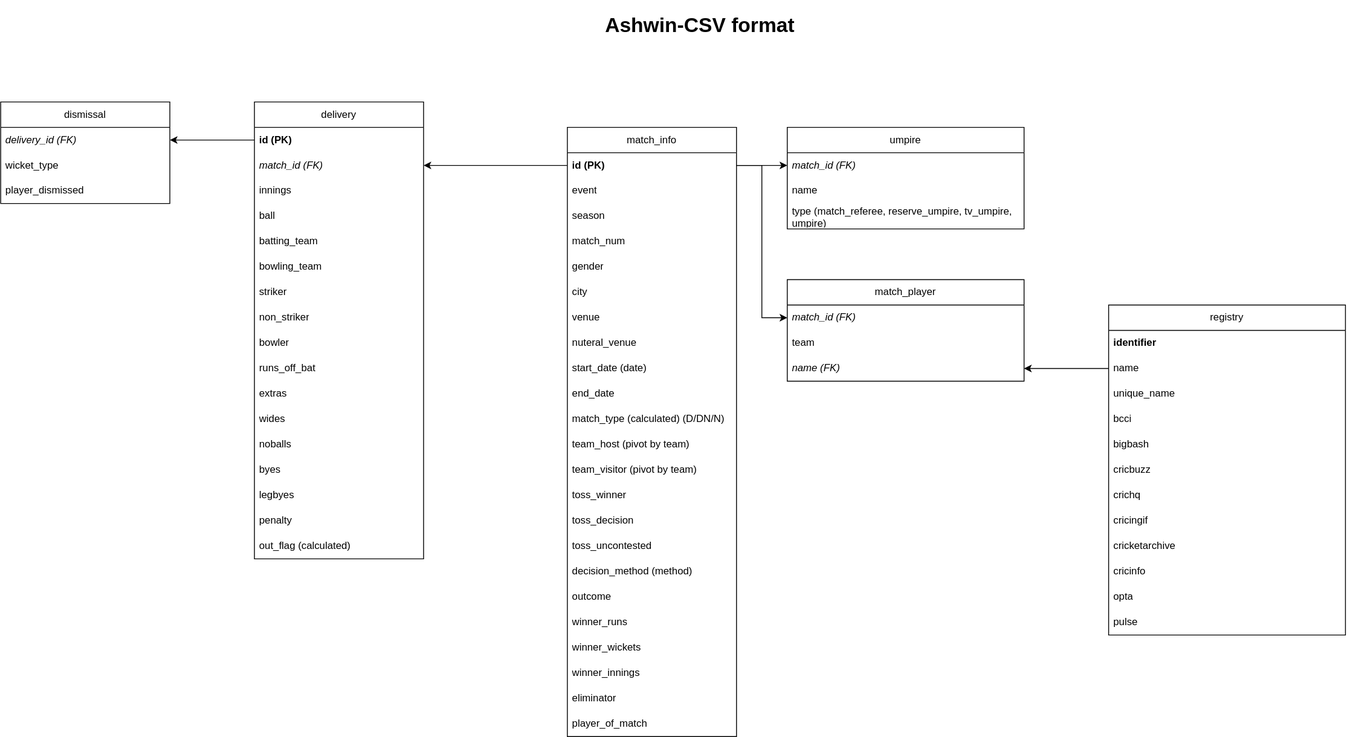
shyamdr/Dream11 keeps this draw.io diagram as project/design/Cricsheet_DataModel_csv.svg. Above is the earlier version. Source tidied: cells renumbered, new cells last; positions are measured from the earlier drawing's top-left corner, leaving out a move shared by most shapes.
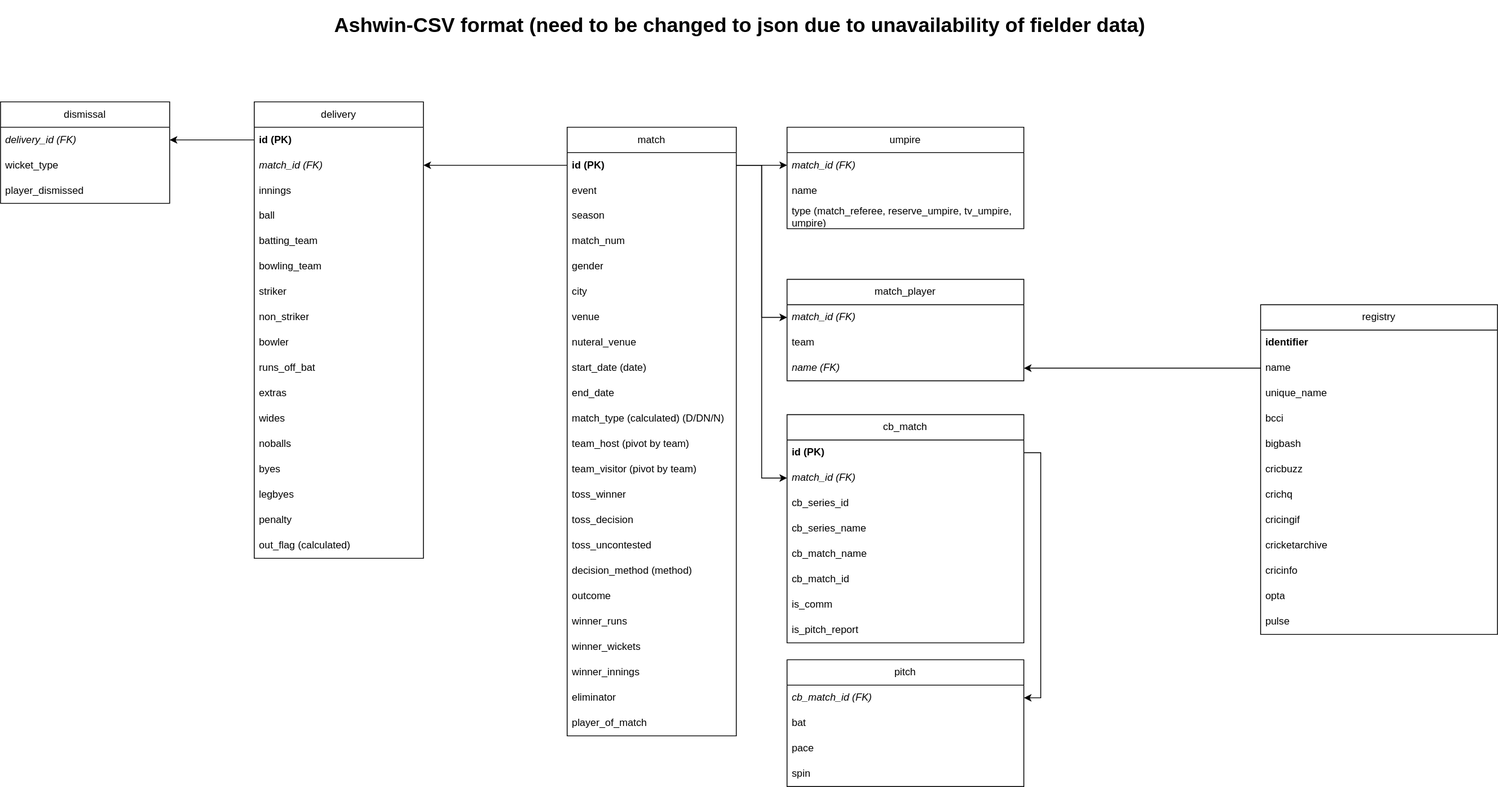
Later version of the same file.

Commit message:
Updating Data model, adding Pitch and cricbuzz match elements

Diff of the diagram source:
```diff
@@ -2,10 +2,10 @@
   <root>
     <mxCell id="0" />
     <mxCell id="1" parent="0" />
-    <mxCell id="2" value="&lt;h1&gt;Ashwin-CSV format&lt;/h1&gt;&lt;div&gt;&lt;br&gt;&lt;/div&gt;" style="text;html=1;strokeColor=none;fillColor=none;spacing=5;spacingTop=-20;whiteSpace=wrap;overflow=hidden;rounded=0;" parent="1" vertex="1">
-      <mxGeometry x="710" width="240" height="40" as="geometry" />
+    <mxCell id="2" value="&lt;h1&gt;Ashwin-CSV format (need to be changed to json due to unavailability of fielder data)&lt;/h1&gt;&lt;div&gt;&lt;br&gt;&lt;/div&gt;&lt;div&gt;&lt;br&gt;&lt;/div&gt;" style="text;html=1;strokeColor=none;fillColor=none;spacing=5;spacingTop=-20;whiteSpace=wrap;overflow=hidden;rounded=0;" parent="1" vertex="1">
+      <mxGeometry x="390" width="1030" height="40" as="geometry" />
     </mxCell>
-    <mxCell id="3" value="match_info" style="swimlane;fontStyle=0;horizontal=1;startSize=30;whiteSpace=wrap;html=1;" parent="1" vertex="1">
+    <mxCell id="3" value="match" style="swimlane;fontStyle=0;horizontal=1;startSize=30;whiteSpace=wrap;html=1;" parent="1" vertex="1">
       <mxGeometry x="670" y="140" width="200" height="720" as="geometry" />
     </mxCell>
     <mxCell id="4" value="&lt;b&gt;id (PK)&lt;/b&gt;" style="text;strokeColor=none;fillColor=none;align=left;verticalAlign=middle;spacingLeft=4;spacingRight=4;overflow=hidden;points=[[0,0.5],[1,0.5]];portConstraint=eastwest;whiteSpace=wrap;html=1;" parent="3" vertex="1">
@@ -105,10 +105,15 @@
       <mxGeometry y="90" width="280" height="30" as="geometry" />
     </mxCell>
     <mxCell id="36" style="edgeStyle=orthogonalEdgeStyle;rounded=0;jettySize=auto;html=1;exitX=1;exitY=0.5;exitDx=0;exitDy=0;entryX=0;entryY=0.5;entryDx=0;entryDy=0;" parent="1" edge="1" source="4" target="33">
-      <mxGeometry relative="1" as="geometry" />
+      <mxGeometry relative="1" as="geometry">
+        <Array as="points">
+          <mxPoint x="900" y="185" />
+          <mxPoint x="900" y="365" />
+        </Array>
+      </mxGeometry>
     </mxCell>
     <mxCell id="37" value="registry" style="swimlane;fontStyle=0;horizontal=1;startSize=30;whiteSpace=wrap;html=1;" parent="1" vertex="1">
-      <mxGeometry x="1310" y="350" width="280" height="390" as="geometry" />
+      <mxGeometry x="1490" y="350" width="280" height="390" as="geometry" />
     </mxCell>
     <mxCell id="38" value="&lt;b&gt;identifier&lt;/b&gt;" style="text;strokeColor=none;fillColor=none;align=left;verticalAlign=middle;spacingLeft=4;spacingRight=4;overflow=hidden;whiteSpace=wrap;html=1;" parent="37" vertex="1">
       <mxGeometry y="30" width="280" height="30" as="geometry" />
@@ -221,5 +226,53 @@
     <mxCell id="74" style="edgeStyle=orthogonalEdgeStyle;rounded=0;jettySize=auto;html=1;exitX=0;exitY=0.5;exitDx=0;exitDy=0;entryX=1;entryY=0.5;entryDx=0;entryDy=0;" parent="1" edge="1" source="52" target="71">
       <mxGeometry relative="1" as="geometry" />
     </mxCell>
+    <mxCell id="75" value="pitch" style="swimlane;fontStyle=0;horizontal=1;startSize=30;whiteSpace=wrap;html=1;" parent="1" vertex="1">
+      <mxGeometry x="930" y="770" width="280" height="150" as="geometry" />
+    </mxCell>
+    <mxCell id="76" value="&lt;i&gt;cb_match_id (FK)&lt;/i&gt;" style="text;strokeColor=none;fillColor=none;align=left;verticalAlign=middle;spacingLeft=4;spacingRight=4;overflow=hidden;points=[[0,0.5],[1,0.5]];portConstraint=eastwest;whiteSpace=wrap;html=1;" parent="75" vertex="1">
+      <mxGeometry y="30" width="280" height="30" as="geometry" />
+    </mxCell>
+    <mxCell id="77" value="bat" style="text;strokeColor=none;fillColor=none;align=left;verticalAlign=middle;spacingLeft=4;spacingRight=4;overflow=hidden;whiteSpace=wrap;html=1;" parent="75" vertex="1">
+      <mxGeometry y="60" width="280" height="30" as="geometry" />
+    </mxCell>
+    <mxCell id="78" value="pace" style="text;strokeColor=none;fillColor=none;align=left;verticalAlign=middle;spacingLeft=4;spacingRight=4;overflow=hidden;whiteSpace=wrap;html=1;" parent="75" vertex="1">
+      <mxGeometry y="90" width="280" height="30" as="geometry" />
+    </mxCell>
+    <mxCell id="79" value="spin" style="text;strokeColor=none;fillColor=none;align=left;verticalAlign=middle;spacingLeft=4;spacingRight=4;overflow=hidden;whiteSpace=wrap;html=1;" parent="75" vertex="1">
+      <mxGeometry y="120" width="280" height="30" as="geometry" />
+    </mxCell>
+    <mxCell id="80" style="edgeStyle=orthogonalEdgeStyle;rounded=0;jettySize=auto;html=1;entryX=0;entryY=0.5;entryDx=0;entryDy=0;exitX=1;exitY=0.5;exitDx=0;exitDy=0;" parent="1" edge="1" source="4" target="83">
+      <mxGeometry relative="1" as="geometry" />
+    </mxCell>
+    <mxCell id="81" value="cb_match" style="swimlane;fontStyle=0;horizontal=1;startSize=30;whiteSpace=wrap;html=1;" parent="1" vertex="1">
+      <mxGeometry x="930" y="480" width="280" height="270" as="geometry" />
+    </mxCell>
+    <mxCell id="82" value="&lt;b&gt;id (PK)&lt;/b&gt;" style="text;strokeColor=none;fillColor=none;align=left;verticalAlign=middle;spacingLeft=4;spacingRight=4;overflow=hidden;points=[[0,0.5],[1,0.5]];portConstraint=eastwest;whiteSpace=wrap;html=1;" parent="81" vertex="1">
+      <mxGeometry y="30" width="280" height="30" as="geometry" />
+    </mxCell>
+    <mxCell id="83" value="&lt;i&gt;match_id (FK)&lt;/i&gt;" style="text;strokeColor=none;fillColor=none;align=left;verticalAlign=middle;spacingLeft=4;spacingRight=4;overflow=hidden;points=[[0,0.5],[1,0.5]];portConstraint=eastwest;whiteSpace=wrap;html=1;" parent="81" vertex="1">
+      <mxGeometry y="60" width="280" height="30" as="geometry" />
+    </mxCell>
+    <mxCell id="84" value="cb_series_id" style="text;strokeColor=none;fillColor=none;align=left;verticalAlign=middle;spacingLeft=4;spacingRight=4;overflow=hidden;whiteSpace=wrap;html=1;" parent="81" vertex="1">
+      <mxGeometry y="90" width="280" height="30" as="geometry" />
+    </mxCell>
+    <mxCell id="85" value="cb_series_name" style="text;strokeColor=none;fillColor=none;align=left;verticalAlign=middle;spacingLeft=4;spacingRight=4;overflow=hidden;whiteSpace=wrap;html=1;" parent="81" vertex="1">
+      <mxGeometry y="120" width="280" height="30" as="geometry" />
+    </mxCell>
+    <mxCell id="86" value="cb_match_name" style="text;strokeColor=none;fillColor=none;align=left;verticalAlign=middle;spacingLeft=4;spacingRight=4;overflow=hidden;whiteSpace=wrap;html=1;" parent="81" vertex="1">
+      <mxGeometry y="150" width="280" height="30" as="geometry" />
+    </mxCell>
+    <mxCell id="87" value="cb_match_id" style="text;strokeColor=none;fillColor=none;align=left;verticalAlign=middle;spacingLeft=4;spacingRight=4;overflow=hidden;whiteSpace=wrap;html=1;" parent="81" vertex="1">
+      <mxGeometry y="180" width="280" height="30" as="geometry" />
+    </mxCell>
+    <mxCell id="88" value="is_comm" style="text;strokeColor=none;fillColor=none;align=left;verticalAlign=middle;spacingLeft=4;spacingRight=4;overflow=hidden;whiteSpace=wrap;html=1;" parent="81" vertex="1">
+      <mxGeometry y="210" width="280" height="30" as="geometry" />
+    </mxCell>
+    <mxCell id="89" value="is_pitch_report" style="text;strokeColor=none;fillColor=none;align=left;verticalAlign=middle;spacingLeft=4;spacingRight=4;overflow=hidden;whiteSpace=wrap;html=1;" parent="81" vertex="1">
+      <mxGeometry y="240" width="280" height="30" as="geometry" />
+    </mxCell>
+    <mxCell id="90" style="edgeStyle=orthogonalEdgeStyle;rounded=0;jettySize=auto;html=1;entryX=1;entryY=0.5;entryDx=0;entryDy=0;exitX=1;exitY=0.5;exitDx=0;exitDy=0;" parent="1" edge="1" source="82" target="76">
+      <mxGeometry relative="1" as="geometry" />
+    </mxCell>
   </root>
 </mxGraphModel>
```
